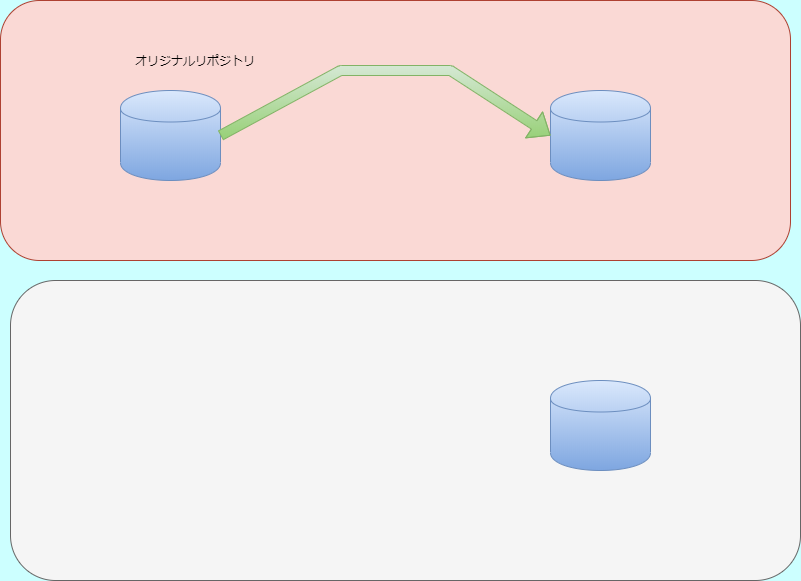
Above: hoge.drawio.png in kumamogeo/mergetest (draw.io), before the change. Source tidied: cells renumbered, new cells last; positions are measured from the earlier drawing's top-left corner, leaving out a move shared by most shapes.
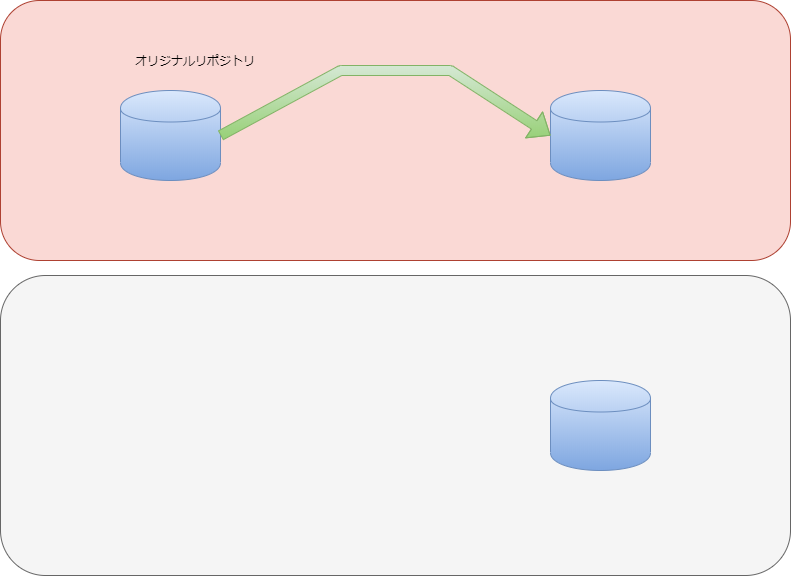
Above is the later version.

The edit, as a diff of the source:
```diff
@@ -1,4 +1,4 @@
-<mxGraphModel background="#CCFFFF">
+<mxGraphModel>
   <root>
     <mxCell id="0" />
     <mxCell id="1" parent="0" />
@@ -6,7 +6,7 @@
       <mxGeometry width="790" height="260" as="geometry" />
     </mxCell>
     <mxCell id="3" style="rounded=1;whiteSpace=wrap;html=1;fillColor=#f5f5f5;strokeColor=#666666;fontColor=#333333;" parent="1" vertex="1">
-      <mxGeometry x="10" y="280" width="790" height="300" as="geometry" />
+      <mxGeometry y="275" width="790" height="300" as="geometry" />
     </mxCell>
     <mxCell id="4" style="shape=cylinder;whiteSpace=wrap;html=1;boundedLbl=1;backgroundOutline=1;fillColor=#dae8fc;strokeColor=#6c8ebf;gradientColor=#7ea6e0;" parent="1" vertex="1">
       <mxGeometry x="120" y="90" width="100" height="90" as="geometry" />
```
